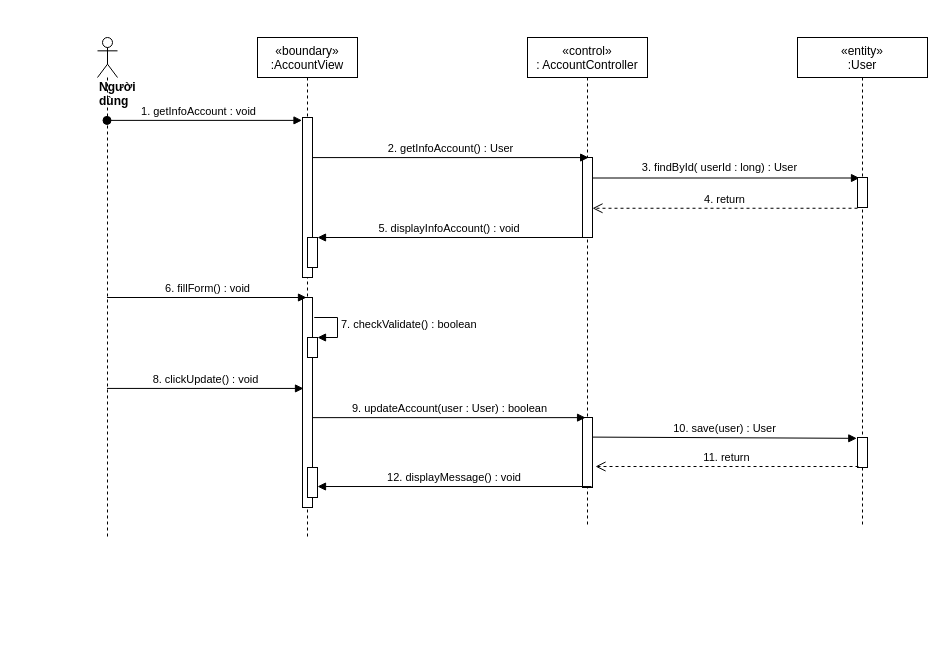
Earlier version of the draw.io diagram sequence diagram/updateInfoAccount.drawio (nguyenphamvan/datn_20202). Source tidied: cells renumbered, new cells numbered last; positions are measured from the earlier drawing's top-left corner, leaving out a move shared by most shapes. Both pictures are drawn from the tidied source at 100%, with x=0, y=0 at pixel (97, 37).
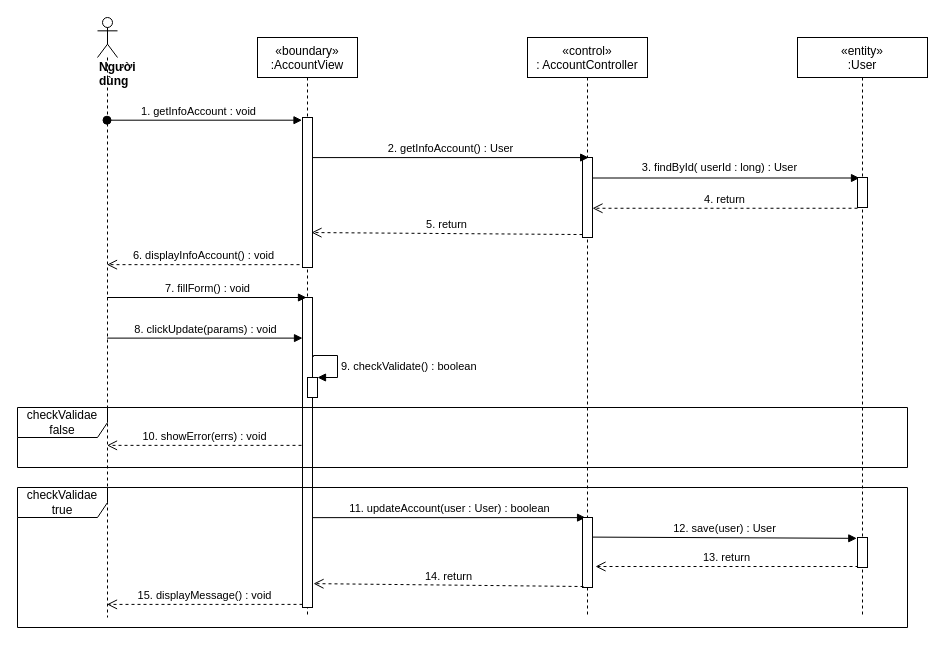
After the change.

Unchanged cells that the change refers to:
```xml
<mxCell id="6" style="points=[];perimeter=orthogonalPerimeter;rounded=0;shadow=0;strokeWidth=1;" parent="5" vertex="1">
  <mxGeometry x="55" y="120" width="10" height="80" as="geometry" />
</mxCell>
```

Change to the diagram source:
```diff
@@
     <mxCell id="2" value="«boundary»&#10;:AccountView" style="shape=umlLifeline;perimeter=lifelinePerimeter;rounded=0;shadow=0;strokeWidth=1;" parent="1" vertex="1">
-      <mxGeometry x="160" width="100" height="500" as="geometry" />
+      <mxGeometry x="160" width="100" height="580" as="geometry" />
     </mxCell>
     <mxCell id="3" style="points=[];perimeter=orthogonalPerimeter;rounded=0;shadow=0;strokeWidth=1;" parent="2" vertex="1">
-      <mxGeometry x="45" y="80" width="10" height="160" as="geometry" />
+      <mxGeometry x="45" y="80" width="10" height="150" as="geometry" />
     </mxCell>
     <mxCell id="4" style="html=1;points=[];perimeter=orthogonalPerimeter;" parent="2" vertex="1">
-      <mxGeometry x="45" y="260" width="10" height="210" as="geometry" />
+      <mxGeometry x="45" y="260" width="10" height="310" as="geometry" />
     </mxCell>
     <mxCell id="5" value="«control»&#10;: AccountController" style="shape=umlLifeline;perimeter=lifelinePerimeter;rounded=0;shadow=0;strokeWidth=1;" parent="1" vertex="1">
-      <mxGeometry x="430" width="120" height="490" as="geometry" />
+      <mxGeometry x="430" width="120" height="580" as="geometry" />
     </mxCell>
@@
-    <mxCell id="7" style="html=1;points=[];perimeter=orthogonalPerimeter;" parent="5" vertex="1">
-      <mxGeometry x="55" y="380" width="10" height="70" as="geometry" />
-    </mxCell>
     <mxCell id="8" value="&lt;div&gt;&lt;b&gt;Người dùng&lt;/b&gt;&lt;/div&gt;" style="shape=umlLifeline;participant=umlActor;perimeter=lifelinePerimeter;whiteSpace=wrap;html=1;verticalAlign=top;spacingTop=36;outlineConnect=0;align=left;" parent="1" vertex="1">
-      <mxGeometry width="20" height="500" as="geometry" />
+      <mxGeometry y="-20" width="20" height="600" as="geometry" />
     </mxCell>
@@
-    <mxCell id="14" value="5. displayInfoAccount() : void" style="verticalAlign=bottom;endArrow=block;shadow=0;strokeWidth=1;" parent="1" edge="1" source="6" target="15">
-      <mxGeometry relative="1" as="geometry" />
-    </mxCell>
-    <mxCell id="15" style="html=1;points=[];perimeter=orthogonalPerimeter;" parent="1" vertex="1">
-      <mxGeometry x="210" y="200" width="10" height="30" as="geometry" />
-    </mxCell>
     <mxCell id="16" value="«entity»&#10;:User" style="shape=umlLifeline;perimeter=lifelinePerimeter;rounded=0;shadow=0;strokeWidth=1;" parent="1" vertex="1">
-      <mxGeometry x="700" width="130" height="490" as="geometry" />
+      <mxGeometry x="700" width="130" height="580" as="geometry" />
     </mxCell>
-    <mxCell id="17" style="points=[];perimeter=orthogonalPerimeter;rounded=0;shadow=0;strokeWidth=1;" parent="16" vertex="1">
-      <mxGeometry x="60" y="400" width="10" height="30" as="geometry" />
-    </mxCell>
-    <mxCell id="18" value="6. fillForm() : void" style="html=1;verticalAlign=bottom;endArrow=block;entryX=0.4;entryY=0;entryDx=0;entryDy=0;entryPerimeter=0;" parent="1" edge="1" source="8" target="4">
+    <mxCell id="18" value="7. fillForm() : void" style="html=1;verticalAlign=bottom;endArrow=block;entryX=0.4;entryY=0;entryDx=0;entryDy=0;entryPerimeter=0;" parent="1" edge="1" source="8" target="4">
       <mxGeometry relative="1" as="geometry" />
     </mxCell>
     <mxCell id="19" style="html=1;points=[];perimeter=orthogonalPerimeter;" parent="1" vertex="1">
-      <mxGeometry x="210" y="300" width="10" height="20" as="geometry" />
+      <mxGeometry x="210" y="340" width="10" height="20" as="geometry" />
     </mxCell>
-    <mxCell id="20" value="7. checkValidate() : boolean" style="edgeStyle=orthogonalEdgeStyle;html=1;align=left;spacingLeft=2;endArrow=block;rounded=0;entryX=1;entryY=0;" parent="1" edge="1" target="19">
-      <mxGeometry relative="1" as="geometry">
-        <mxPoint x="220" y="280" as="sourcePoint" />
+    <mxCell id="20" value="9. checkValidate() : boolean" style="edgeStyle=orthogonalEdgeStyle;html=1;align=left;spacingLeft=2;endArrow=block;rounded=0;entryX=1;entryY=0;exitX=1;exitY=0.197;exitDx=0;exitDy=0;exitPerimeter=0;" parent="1" edge="1" source="4" target="19">
+      <mxGeometry x="0.12" relative="1" as="geometry">
         <Array as="points">
-          <mxPoint x="217" y="280" />
-          <mxPoint x="240" y="280" />
-          <mxPoint x="240" y="300" />
+          <mxPoint x="216" y="319" />
+          <mxPoint x="216" y="318" />
+          <mxPoint x="240" y="318" />
+          <mxPoint x="240" y="340" />
         </Array>
       </mxGeometry>
     </mxCell>
-    <mxCell id="21" value="9. updateAccount(user : User) : boolean" style="html=1;verticalAlign=bottom;endArrow=block;entryX=0.307;entryY=0.002;entryDx=0;entryDy=0;entryPerimeter=0;" parent="1" edge="1" source="4" target="7">
+    <mxCell id="21" value="11. updateAccount(user : User) : boolean" style="html=1;verticalAlign=bottom;endArrow=block;entryX=0.307;entryY=0.002;entryDx=0;entryDy=0;entryPerimeter=0;" parent="1" edge="1" source="4" target="7">
       <mxGeometry relative="1" as="geometry" />
     </mxCell>
-    <mxCell id="22" value="10. save(user) : User" style="html=1;verticalAlign=bottom;endArrow=block;entryX=-0.072;entryY=0.028;entryDx=0;entryDy=0;entryPerimeter=0;exitX=1;exitY=0.28;exitDx=0;exitDy=0;exitPerimeter=0;" parent="1" edge="1" source="7" target="17">
+    <mxCell id="22" value="12. save(user) : User" style="html=1;verticalAlign=bottom;endArrow=block;entryX=-0.072;entryY=0.028;entryDx=0;entryDy=0;entryPerimeter=0;exitX=1;exitY=0.28;exitDx=0;exitDy=0;exitPerimeter=0;" parent="1" edge="1" source="7" target="17">
       <mxGeometry relative="1" as="geometry" />
     </mxCell>
-    <mxCell id="23" value="11. return" style="html=1;verticalAlign=bottom;endArrow=open;dashed=1;endSize=8;exitX=0.1;exitY=0.967;exitDx=0;exitDy=0;exitPerimeter=0;entryX=1.3;entryY=0.7;entryDx=0;entryDy=0;entryPerimeter=0;" parent="1" edge="1" source="17" target="7">
+    <mxCell id="23" value="13. return" style="html=1;verticalAlign=bottom;endArrow=open;dashed=1;endSize=8;exitX=0.1;exitY=0.967;exitDx=0;exitDy=0;exitPerimeter=0;entryX=1.3;entryY=0.7;entryDx=0;entryDy=0;entryPerimeter=0;" parent="1" edge="1" source="17" target="7">
       <mxGeometry relative="1" as="geometry" />
     </mxCell>
-    <mxCell id="24" value="12. displayMessage() : void" style="verticalAlign=bottom;endArrow=block;shadow=0;strokeWidth=1;exitX=0.9;exitY=0.986;exitDx=0;exitDy=0;exitPerimeter=0;" parent="1" edge="1" source="7" target="25">
-      <mxGeometry relative="1" as="geometry" />
-    </mxCell>
-    <mxCell id="25" style="html=1;points=[];perimeter=orthogonalPerimeter;" parent="1" vertex="1">
-      <mxGeometry x="210" y="430" width="10" height="30" as="geometry" />
-    </mxCell>
@@
-    <mxCell id="27" value="8. clickUpdate() : void" style="html=1;verticalAlign=bottom;endArrow=block;entryX=0.1;entryY=0.433;entryDx=0;entryDy=0;entryPerimeter=0;" parent="1" edge="1" source="8" target="4">
+    <mxCell id="27" value="8. clickUpdate(params) : void" style="html=1;verticalAlign=bottom;endArrow=block;entryX=0;entryY=0.131;entryDx=0;entryDy=0;entryPerimeter=0;" parent="1" edge="1" source="8" target="4">
       <mxGeometry relative="1" as="geometry" />
     </mxCell>
+    <mxCell id="28" value="10. showError(errs) : void" style="html=1;verticalAlign=bottom;endArrow=open;dashed=1;endSize=8;exitX=-0.1;exitY=0.477;exitDx=0;exitDy=0;exitPerimeter=0;" parent="1" edge="1" source="4" target="8">
+      <mxGeometry relative="1" as="geometry" />
+    </mxCell>
+    <mxCell id="29" value="checkValidae false" style="shape=umlFrame;whiteSpace=wrap;html=1;width=90;height=30;" parent="1" vertex="1">
+      <mxGeometry x="-80" y="370" width="890" height="60" as="geometry" />
+    </mxCell>
+    <mxCell id="17" style="points=[];perimeter=orthogonalPerimeter;rounded=0;shadow=0;strokeWidth=1;" parent="1" vertex="1">
+      <mxGeometry x="760" y="500" width="10" height="30" as="geometry" />
+    </mxCell>
+    <mxCell id="7" style="html=1;points=[];perimeter=orthogonalPerimeter;" parent="1" vertex="1">
+      <mxGeometry x="485" y="480" width="10" height="70" as="geometry" />
+    </mxCell>
+    <mxCell id="30" value="15. displayMessage() : void" style="html=1;verticalAlign=bottom;endArrow=open;dashed=1;endSize=8;exitX=0;exitY=0.99;exitDx=0;exitDy=0;exitPerimeter=0;" parent="1" edge="1" source="4" target="8">
+      <mxGeometry relative="1" as="geometry" />
+    </mxCell>
+    <mxCell id="31" value="14. return" style="html=1;verticalAlign=bottom;endArrow=open;dashed=1;endSize=8;exitX=0.1;exitY=0.986;exitDx=0;exitDy=0;exitPerimeter=0;entryX=1.1;entryY=0.923;entryDx=0;entryDy=0;entryPerimeter=0;" parent="1" edge="1" source="7" target="4">
+      <mxGeometry relative="1" as="geometry" />
+    </mxCell>
+    <mxCell id="32" value="6. displayInfoAccount() : void" style="html=1;verticalAlign=bottom;endArrow=open;dashed=1;endSize=8;exitX=-0.3;exitY=0.981;exitDx=0;exitDy=0;exitPerimeter=0;" parent="1" edge="1" source="3" target="8">
+      <mxGeometry relative="1" as="geometry" />
+    </mxCell>
+    <mxCell id="33" value="5. return" style="html=1;verticalAlign=bottom;endArrow=open;dashed=1;endSize=8;exitX=0;exitY=0.963;exitDx=0;exitDy=0;exitPerimeter=0;entryX=0.9;entryY=0.767;entryDx=0;entryDy=0;entryPerimeter=0;" parent="1" edge="1" source="6" target="3">
+      <mxGeometry relative="1" as="geometry" />
+    </mxCell>
+    <mxCell id="34" value="checkValidae true" style="shape=umlFrame;whiteSpace=wrap;html=1;width=90;height=30;" parent="1" vertex="1">
+      <mxGeometry x="-80" y="450" width="890" height="140" as="geometry" />
+    </mxCell>
```
